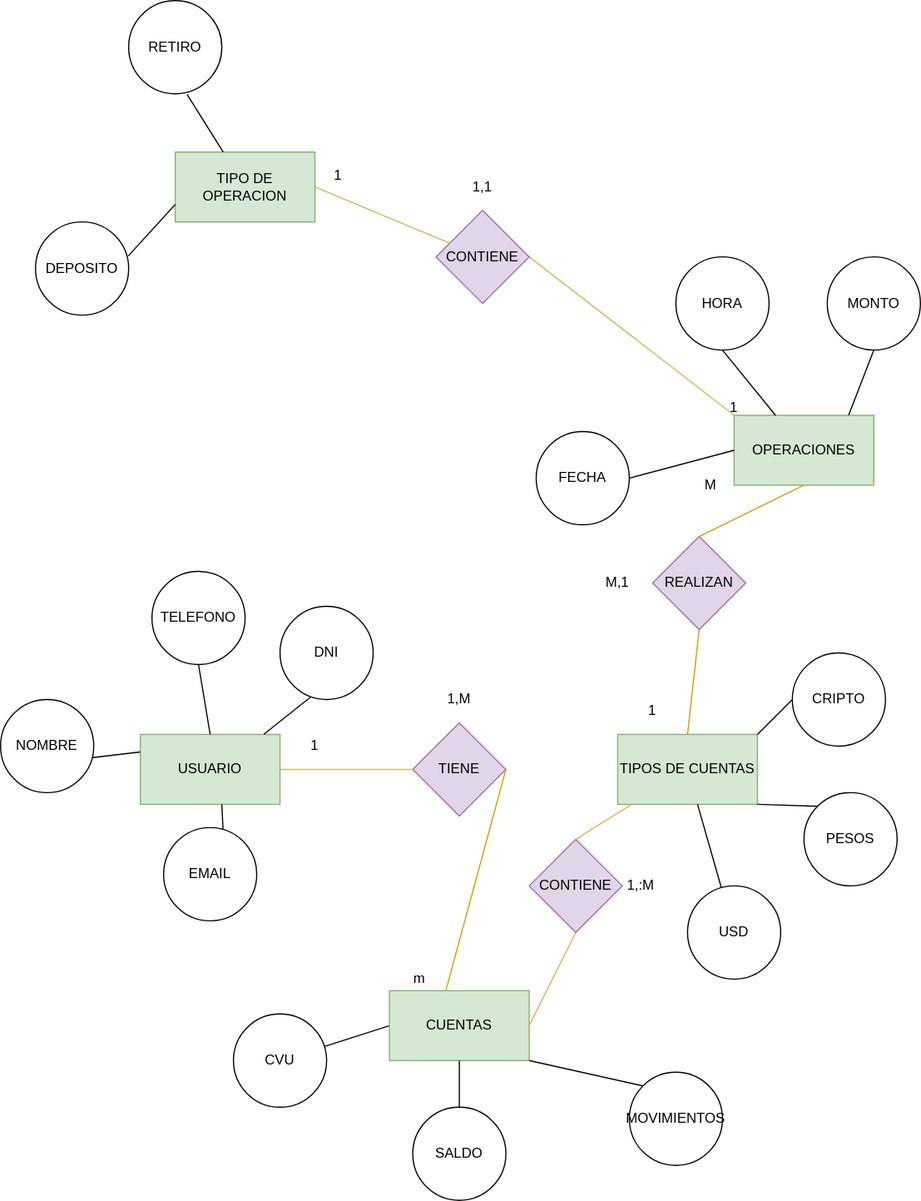
The draw.io diagram Diagrama sin título.drawio.svg in Lauga2022/APP, before a commit. Source tidied: cells renumbered, new cells last; positions are measured from the earlier drawing's top-left corner, leaving out a move shared by most shapes.
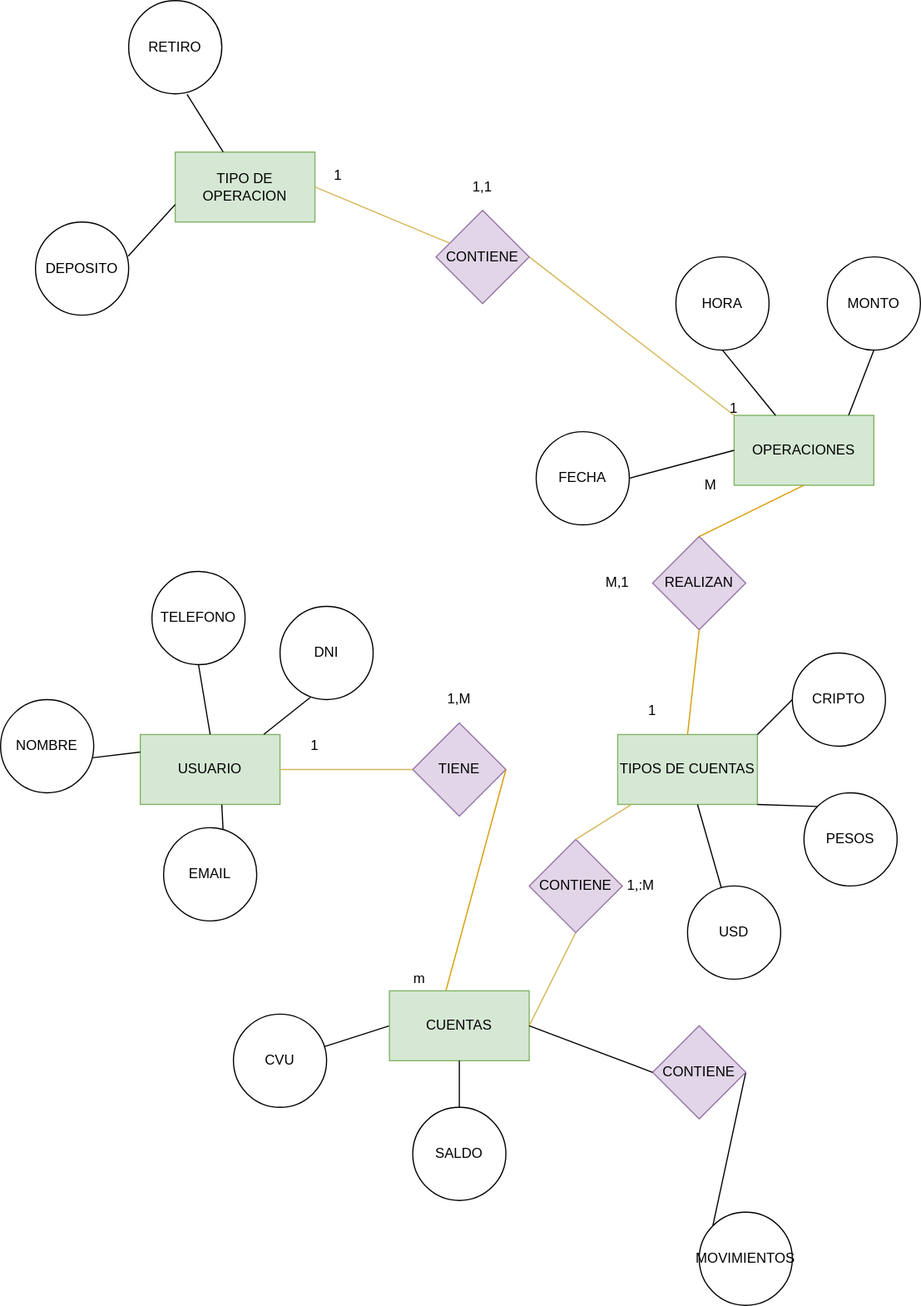
After the commit.

Change to the diagram source:
```diff
@@ -118,9 +118,9 @@
       <mxGeometry relative="1" as="geometry" />
     </mxCell>
     <mxCell id="38" value="MOVIMIENTOS" style="ellipse;whiteSpace=wrap;html=1;fillColor=none;" parent="1" vertex="1">
-      <mxGeometry x="540" y="920" width="80" height="80" as="geometry" />
+      <mxGeometry x="600" y="1040" width="80" height="80" as="geometry" />
     </mxCell>
-    <mxCell id="39" style="endArrow=none;html=1;rounded=0;exitX=0;exitY=0;exitDx=0;exitDy=0;entryX=1;entryY=1;entryDx=0;entryDy=0;" parent="1" edge="1" source="38" target="29">
+    <mxCell id="39" style="endArrow=none;html=1;rounded=0;exitX=0;exitY=0;exitDx=0;exitDy=0;entryX=1;entryY=0.5;entryDx=0;entryDy=0;" parent="1" edge="1" source="38" target="59">
       <mxGeometry relative="1" as="geometry" />
     </mxCell>
     <mxCell id="40" value="DNI" style="ellipse;whiteSpace=wrap;html=1;fillColor=none;" parent="1" vertex="1">
@@ -180,5 +180,11 @@
     <mxCell id="58" value="m" style="whiteSpace=wrap;html=1;fillColor=none;strokeColor=none;" parent="1" vertex="1">
       <mxGeometry x="300" y="810" width="120" height="60" as="geometry" />
     </mxCell>
+    <mxCell id="59" value="CONTIENE" style="rhombus;whiteSpace=wrap;html=1;fillColor=#e1d5e7;strokeColor=#9673a6;" parent="1" vertex="1">
+      <mxGeometry x="560" y="880" width="80" height="80" as="geometry" />
+    </mxCell>
+    <mxCell id="60" style="endArrow=none;html=1;rounded=0;entryX=1;entryY=0.5;entryDx=0;entryDy=0;exitX=0;exitY=0.5;exitDx=0;exitDy=0;" parent="1" edge="1" source="59" target="29">
+      <mxGeometry relative="1" as="geometry" />
+    </mxCell>
   </root>
 </mxGraphModel>
```
